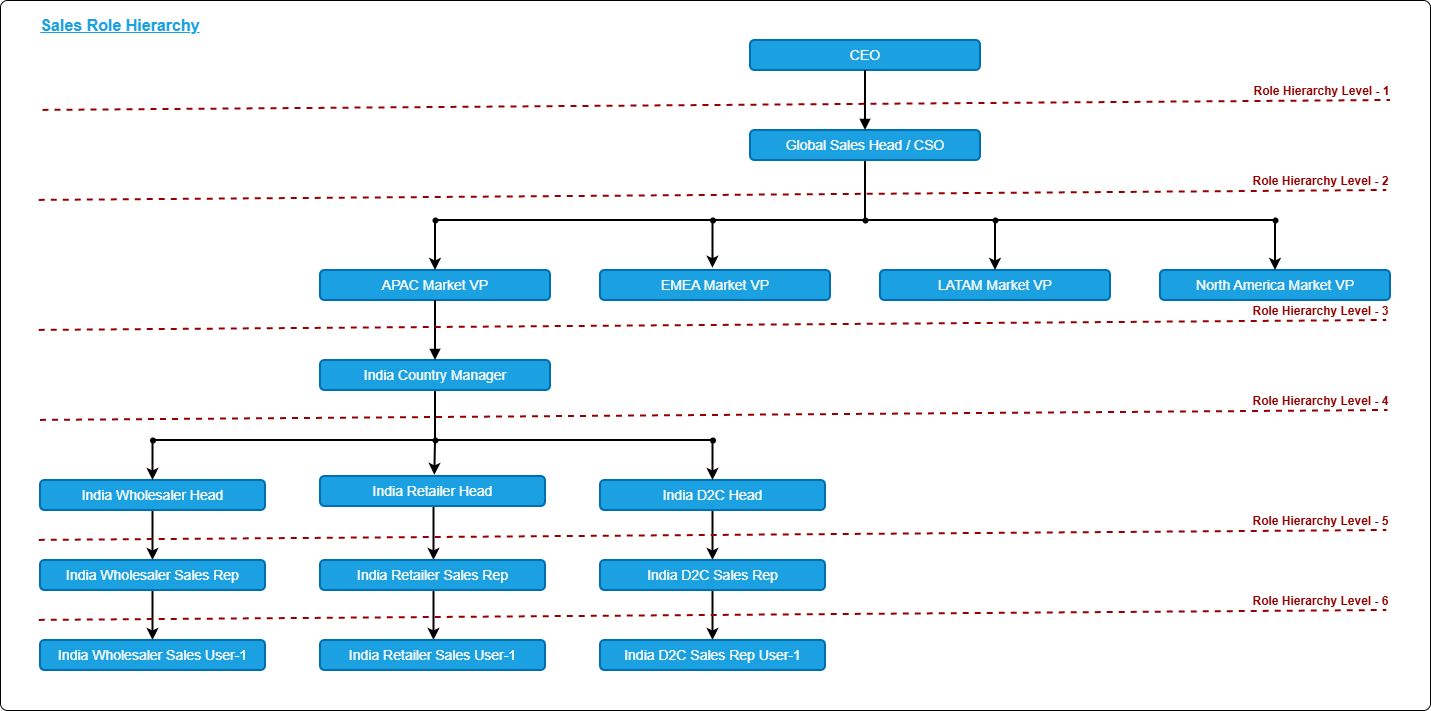
gmdeepakchouhan3/Salesforce-Solution-Design keeps this draw.io diagram as Sales Cloud Design/images/Sales Role Hierarchy-2.png. Above is the earlier version. Source tidied: cells renumbered, new cells last; positions are measured from the earlier drawing's top-left corner, leaving out a move shared by most shapes.
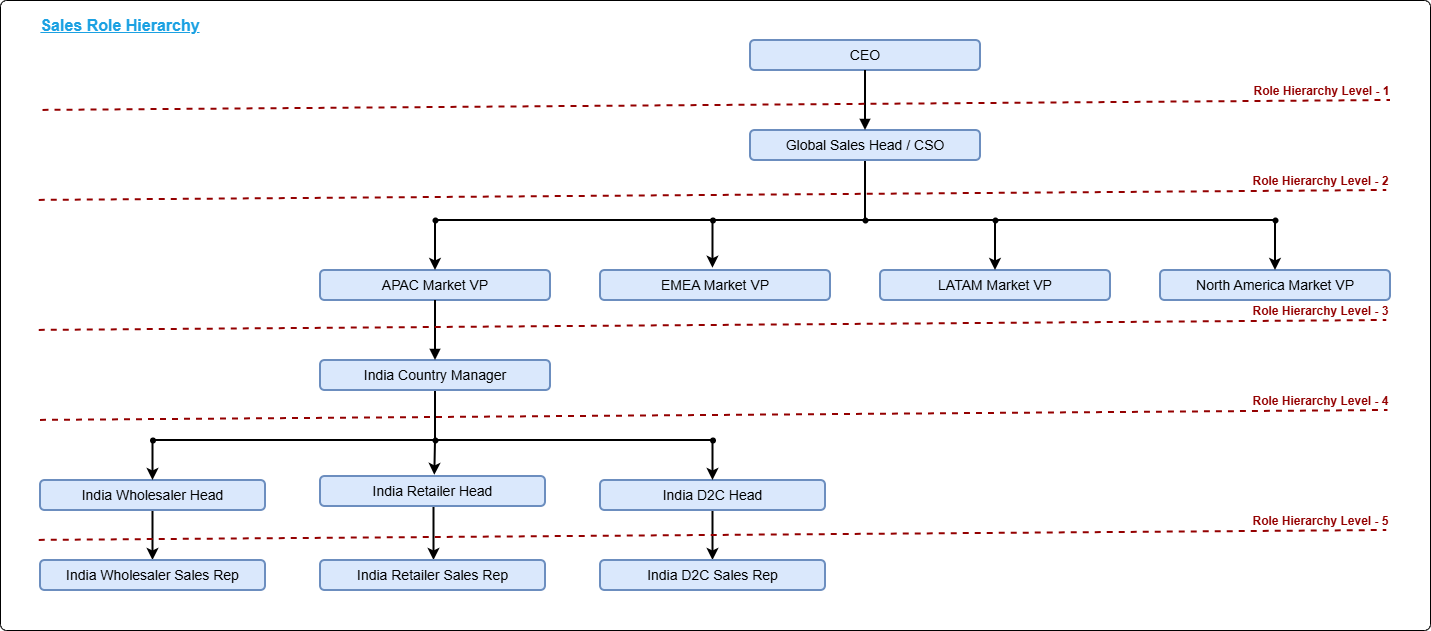
The same diagram one commit later.

Change to the diagram source:
```diff
@@ -3,84 +3,63 @@
     <mxCell id="0" />
     <mxCell id="1" parent="0" />
     <mxCell id="2" style="rounded=1;whiteSpace=wrap;html=1;arcSize=1;fontColor=light-dark(#ff1f1f, #ededed);" parent="1" vertex="1">
-      <mxGeometry width="1430" height="710" as="geometry" />
+      <mxGeometry width="1430" height="630" as="geometry" />
     </mxCell>
-    <mxCell id="3" value="CEO" style="whiteSpace=wrap;strokeWidth=2;fillColor=#1ba1e2;fontColor=#ffffff;strokeColor=#006EAF;fontSize=14;rounded=1;" parent="1" vertex="1">
+    <mxCell id="3" value="CEO" style="whiteSpace=wrap;strokeWidth=2;fillColor=#dae8fc;strokeColor=#6c8ebf;fontSize=14;rounded=1;" parent="1" vertex="1">
       <mxGeometry x="750" y="40" width="230" height="30" as="geometry" />
     </mxCell>
     <mxCell id="4" style="edgeStyle=orthogonalEdgeStyle;rounded=0;jettySize=auto;html=1;strokeWidth=2;endArrow=none;endFill=0;" parent="1" edge="1" source="5" target="47">
       <mxGeometry relative="1" as="geometry" />
     </mxCell>
-    <mxCell id="5" value="Global Sales Head / CSO" style="whiteSpace=wrap;strokeWidth=2;fillColor=#1ba1e2;fontColor=#ffffff;strokeColor=#006EAF;fontSize=14;rounded=1;" parent="1" vertex="1">
+    <mxCell id="5" value="Global Sales Head / CSO" style="whiteSpace=wrap;strokeWidth=2;fillColor=#dae8fc;strokeColor=#6c8ebf;fontSize=14;rounded=1;" parent="1" vertex="1">
       <mxGeometry x="750" y="130" width="230" height="30" as="geometry" />
     </mxCell>
-    <mxCell id="6" value="APAC Market VP" style="whiteSpace=wrap;strokeWidth=2;fillColor=#1ba1e2;fontColor=#ffffff;strokeColor=#006EAF;fontSize=14;rounded=1;" parent="1" vertex="1">
+    <mxCell id="6" value="APAC Market VP" style="whiteSpace=wrap;strokeWidth=2;fillColor=#dae8fc;strokeColor=#6c8ebf;fontSize=14;rounded=1;" parent="1" vertex="1">
       <mxGeometry x="320" y="270" width="230" height="30" as="geometry" />
     </mxCell>
     <mxCell id="7" style="edgeStyle=orthogonalEdgeStyle;rounded=0;jettySize=auto;html=1;endArrow=none;endFill=0;strokeWidth=2;" parent="1" edge="1" source="8" target="32">
       <mxGeometry relative="1" as="geometry" />
     </mxCell>
-    <mxCell id="8" value="India Country Manager" style="whiteSpace=wrap;strokeWidth=2;fillColor=#1ba1e2;fontColor=#ffffff;strokeColor=#006EAF;fontSize=14;rounded=1;" parent="1" vertex="1">
+    <mxCell id="8" value="India Country Manager" style="whiteSpace=wrap;strokeWidth=2;fillColor=#dae8fc;strokeColor=#6c8ebf;fontSize=14;rounded=1;" parent="1" vertex="1">
       <mxGeometry x="320" y="360" width="230" height="30" as="geometry" />
     </mxCell>
     <mxCell id="9" style="edgeStyle=orthogonalEdgeStyle;rounded=0;jettySize=auto;html=1;entryX=0.5;entryY=0;entryDx=0;entryDy=0;strokeWidth=2;" parent="1" edge="1" source="10" target="12">
       <mxGeometry relative="1" as="geometry" />
     </mxCell>
-    <mxCell id="10" value="India Wholesaler Head" style="whiteSpace=wrap;strokeWidth=2;fillColor=#1ba1e2;fontColor=#ffffff;strokeColor=#006EAF;fontSize=14;rounded=1;" parent="1" vertex="1">
+    <mxCell id="10" value="India Wholesaler Head" style="whiteSpace=wrap;strokeWidth=2;fillColor=#dae8fc;strokeColor=#6c8ebf;fontSize=14;rounded=1;" parent="1" vertex="1">
       <mxGeometry x="40" y="480" width="225" height="30" as="geometry" />
     </mxCell>
-    <mxCell id="11" style="edgeStyle=orthogonalEdgeStyle;rounded=0;jettySize=auto;html=1;strokeWidth=2;" parent="1" edge="1" source="12" target="13">
-      <mxGeometry relative="1" as="geometry" />
-    </mxCell>
-    <mxCell id="12" value="India Wholesaler Sales Rep" style="whiteSpace=wrap;strokeWidth=2;fillColor=#1ba1e2;fontColor=#ffffff;strokeColor=#006EAF;fontSize=14;rounded=1;" parent="1" vertex="1">
+    <mxCell id="12" value="India Wholesaler Sales Rep" style="whiteSpace=wrap;strokeWidth=2;fillColor=#dae8fc;strokeColor=#6c8ebf;fontSize=14;rounded=1;" parent="1" vertex="1">
       <mxGeometry x="40" y="560" width="225" height="30" as="geometry" />
     </mxCell>
-    <mxCell id="13" value="India Wholesaler Sales User-1" style="whiteSpace=wrap;strokeWidth=2;fillColor=#1ba1e2;fontColor=#ffffff;strokeColor=#006EAF;fontSize=14;rounded=1;" parent="1" vertex="1">
-      <mxGeometry x="40" y="640" width="225" height="30" as="geometry" />
-    </mxCell>
     <mxCell id="14" style="edgeStyle=orthogonalEdgeStyle;rounded=0;orthogonalLoop=1;jettySize=auto;html=1;strokeWidth=2;" parent="1" edge="1">
       <mxGeometry relative="1" as="geometry">
         <mxPoint x="433.5" y="506" as="sourcePoint" />
         <mxPoint x="433.5" y="560" as="targetPoint" />
       </mxGeometry>
     </mxCell>
-    <mxCell id="15" value="India Retailer Head" style="whiteSpace=wrap;strokeWidth=2;fillColor=#1ba1e2;fontColor=#ffffff;strokeColor=#006EAF;fontSize=14;rounded=1;" parent="1" vertex="1">
+    <mxCell id="15" value="India Retailer Head" style="whiteSpace=wrap;strokeWidth=2;fillColor=#dae8fc;strokeColor=#6c8ebf;fontSize=14;rounded=1;" parent="1" vertex="1">
       <mxGeometry x="320" y="476" width="225" height="30" as="geometry" />
     </mxCell>
-    <mxCell id="16" style="edgeStyle=orthogonalEdgeStyle;rounded=0;orthogonalLoop=1;jettySize=auto;html=1;strokeWidth=2;" parent="1" edge="1">
-      <mxGeometry relative="1" as="geometry">
-        <mxPoint x="433.5" y="590" as="sourcePoint" />
-        <mxPoint x="433.5" y="640" as="targetPoint" />
-      </mxGeometry>
-    </mxCell>
-    <mxCell id="17" value="India Retailer Sales Rep" style="whiteSpace=wrap;strokeWidth=2;fillColor=#1ba1e2;fontColor=#ffffff;strokeColor=#006EAF;fontSize=14;rounded=1;" parent="1" vertex="1">
+    <mxCell id="17" value="India Retailer Sales Rep" style="whiteSpace=wrap;strokeWidth=2;fillColor=#dae8fc;strokeColor=#6c8ebf;fontSize=14;rounded=1;" parent="1" vertex="1">
       <mxGeometry x="320" y="560" width="225" height="30" as="geometry" />
     </mxCell>
-    <mxCell id="18" value="India Retailer Sales User-1" style="whiteSpace=wrap;strokeWidth=2;fillColor=#1ba1e2;fontColor=#ffffff;strokeColor=#006EAF;fontSize=14;rounded=1;" parent="1" vertex="1">
-      <mxGeometry x="320" y="640" width="225" height="30" as="geometry" />
-    </mxCell>
     <mxCell id="19" style="edgeStyle=orthogonalEdgeStyle;rounded=0;jettySize=auto;html=1;strokeWidth=2;" parent="1" edge="1" source="20" target="22">
       <mxGeometry relative="1" as="geometry" />
     </mxCell>
-    <mxCell id="20" value="India D2C Head" style="whiteSpace=wrap;strokeWidth=2;fillColor=#1ba1e2;fontColor=#ffffff;strokeColor=#006EAF;fontSize=14;rounded=1;" parent="1" vertex="1">
+    <mxCell id="20" value="India D2C Head" style="whiteSpace=wrap;strokeWidth=2;fillColor=#dae8fc;strokeColor=#6c8ebf;fontSize=14;rounded=1;" parent="1" vertex="1">
       <mxGeometry x="600" y="480" width="225" height="30" as="geometry" />
     </mxCell>
-    <mxCell id="21" style="edgeStyle=orthogonalEdgeStyle;rounded=0;jettySize=auto;html=1;strokeWidth=2;" parent="1" edge="1" source="22" target="23">
-      <mxGeometry relative="1" as="geometry" />
-    </mxCell>
-    <mxCell id="22" value="India D2C Sales Rep" style="whiteSpace=wrap;strokeWidth=2;fillColor=#1ba1e2;fontColor=#ffffff;strokeColor=#006EAF;fontSize=14;rounded=1;" parent="1" vertex="1">
+    <mxCell id="22" value="India D2C Sales Rep" style="whiteSpace=wrap;strokeWidth=2;fillColor=#dae8fc;strokeColor=#6c8ebf;fontSize=14;rounded=1;" parent="1" vertex="1">
       <mxGeometry x="600" y="560" width="225" height="30" as="geometry" />
     </mxCell>
-    <mxCell id="23" value="India D2C Sales Rep User-1" style="whiteSpace=wrap;strokeWidth=2;fillColor=#1ba1e2;fontColor=#ffffff;strokeColor=#006EAF;fontSize=14;rounded=1;" parent="1" vertex="1">
-      <mxGeometry x="600" y="640" width="225" height="30" as="geometry" />
-    </mxCell>
-    <mxCell id="24" value="EMEA Market VP" style="whiteSpace=wrap;strokeWidth=2;fillColor=#1ba1e2;fontColor=#ffffff;strokeColor=#006EAF;fontSize=14;rounded=1;" parent="1" vertex="1">
+    <mxCell id="24" value="EMEA Market VP" style="whiteSpace=wrap;strokeWidth=2;fillColor=#dae8fc;strokeColor=#6c8ebf;fontSize=14;rounded=1;" parent="1" vertex="1">
       <mxGeometry x="600" y="270" width="230" height="30" as="geometry" />
     </mxCell>
-    <mxCell id="25" value="LATAM Market VP" style="whiteSpace=wrap;strokeWidth=2;fillColor=#1ba1e2;fontColor=#ffffff;strokeColor=#006EAF;fontSize=14;rounded=1;" parent="1" vertex="1">
+    <mxCell id="25" value="LATAM Market VP" style="whiteSpace=wrap;strokeWidth=2;fillColor=#dae8fc;strokeColor=#6c8ebf;fontSize=14;rounded=1;" parent="1" vertex="1">
       <mxGeometry x="880" y="270" width="230" height="30" as="geometry" />
     </mxCell>
-    <mxCell id="26" value="North America Market VP" style="whiteSpace=wrap;strokeWidth=2;fillColor=#1ba1e2;fontColor=#ffffff;strokeColor=#006EAF;fontSize=14;rounded=1;" parent="1" vertex="1">
+    <mxCell id="26" value="North America Market VP" style="whiteSpace=wrap;strokeWidth=2;fillColor=#dae8fc;strokeColor=#6c8ebf;fontSize=14;rounded=1;" parent="1" vertex="1">
       <mxGeometry x="1160" y="270" width="230" height="30" as="geometry" />
     </mxCell>
     <mxCell id="27" style="curved=1;startArrow=none;endArrow=block;exitX=0.5;exitY=1;entryX=0.5;entryY=0;rounded=0;fillColor=#1ba1e2;strokeColor=light-dark(#000000, #51afe7);fontSize=14;strokeWidth=2;" parent="1" edge="1" source="3" target="5">
@@ -207,17 +186,6 @@
         <mxPoint x="638" y="-13" as="offset" />
       </mxGeometry>
     </mxCell>
-    <mxCell id="60" style="endArrow=none;html=1;rounded=0;strokeWidth=2;endFill=0;entryX=0.986;entryY=0.479;entryDx=0;entryDy=0;entryPerimeter=0;dashed=1;fillColor=#a20025;strokeColor=light-dark(#940000, #ffc5c5);" parent="1" edge="1">
-      <mxGeometry relative="1" as="geometry">
-        <mxPoint x="38.8" y="619.9" as="sourcePoint" />
-        <mxPoint x="1386.2" y="610" as="targetPoint" />
-      </mxGeometry>
-    </mxCell>
-    <mxCell id="61" value="Role Hierarchy Level - 6" style="edgeLabel;html=1;align=center;verticalAlign=middle;fontColor=light-dark(#940000, #ededed);fontSize=12;fontStyle=1;" parent="60" vertex="1">
-      <mxGeometry x="-0.05" y="2" relative="1" as="geometry">
-        <mxPoint x="638" y="-13" as="offset" />
-      </mxGeometry>
-    </mxCell>
     <mxCell id="62" value="Sales Role Hierarchy" style="text;html=1;whiteSpace=wrap;strokeColor=none;fillColor=none;align=center;verticalAlign=middle;rounded=0;fontColor=#1BA1E2;strokeWidth=6;fontSize=16;fontStyle=5;" parent="1" vertex="1">
       <mxGeometry x="30" y="10" width="180" height="30" as="geometry" />
     </mxCell>
```
